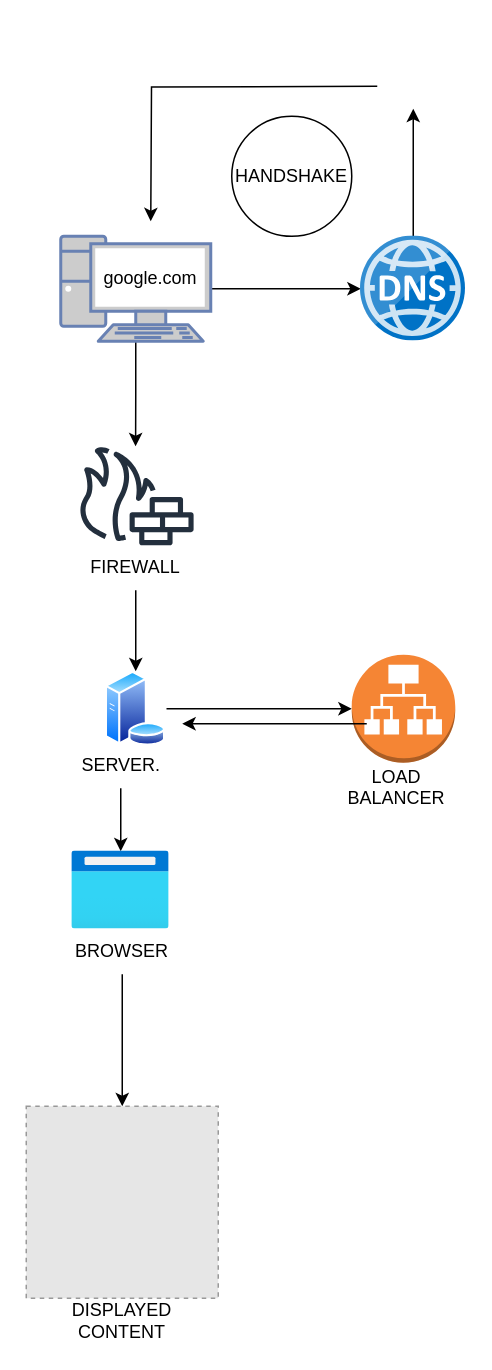
Udedavid/Udedavid keeps this draw.io diagram as Untitled Diagram.drawio. Above is the earlier version. Source tidied: cells renumbered, new cells numbered last; positions are measured from the earlier drawing's top-left corner, leaving out a move shared by most shapes. Both pictures are drawn from the tidied source at 150%, with x=0, y=0 at pixel (26, 86). Pictures stored in the file or linked from it are replaced by grey dashed boxes.
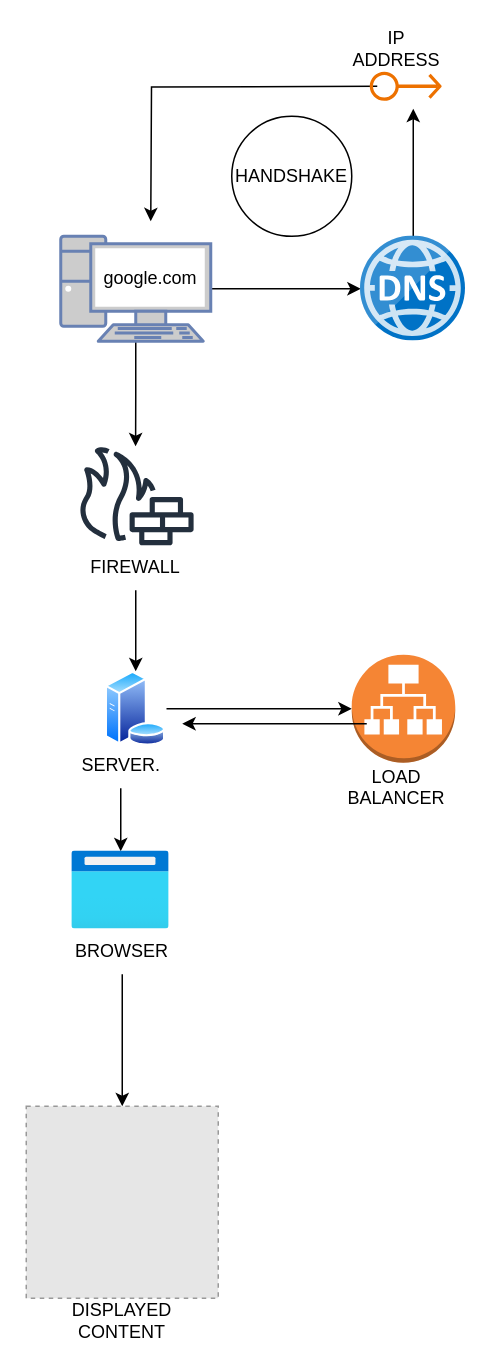
The same page after the edit.

What changed in the source:
```diff
@@
+    <mxCell id="25" style="sketch=0;fontColor=#232F3E;gradientColor=none;fillColor=#ED7100;strokeColor=none;dashed=0;verticalLabelPosition=bottom;verticalAlign=top;align=center;html=1;fontSize=12;fontStyle=0;shape=mxgraph.aws4.elastic_ip_address;" parent="1" vertex="1">
+      <mxGeometry x="229" y="-10" width="48" height="20" as="geometry" />
+    </mxCell>
+    <mxCell id="26" value="IP ADDRESS" style="text;html=1;strokeColor=none;fillColor=none;align=center;verticalAlign=middle;whiteSpace=wrap;rounded=0;" parent="1" vertex="1">
+      <mxGeometry x="217" y="-40" width="60" height="30" as="geometry" />
+    </mxCell>
```
